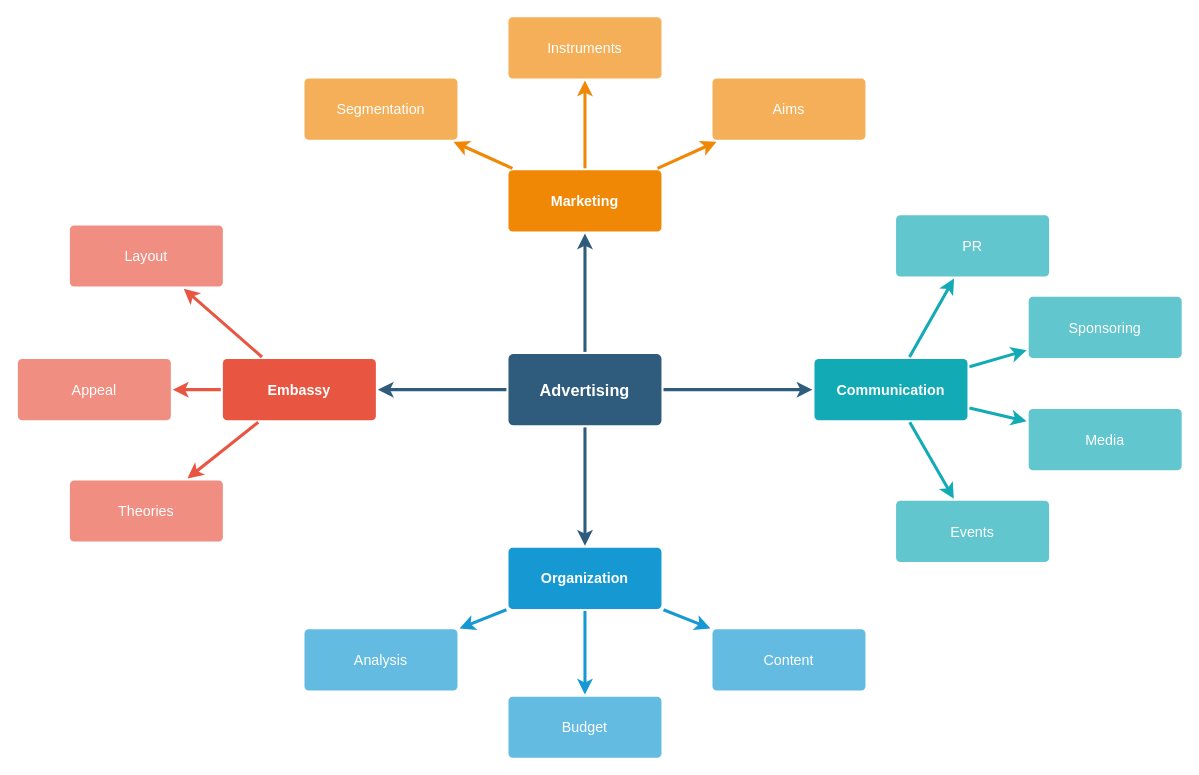
Bluon-Kyle/diagrams-drawings keeps this draw.io diagram as startingFolder-Other/Untitled Diagram.drawio. Above is the earlier version. Source tidied: cells renumbered, new cells numbered last; positions are measured from the earlier drawing's top-left corner, leaving out a move shared by most shapes. Both pictures are drawn from the tidied source at 102%, with x=0, y=0 at pixel (17, 16).
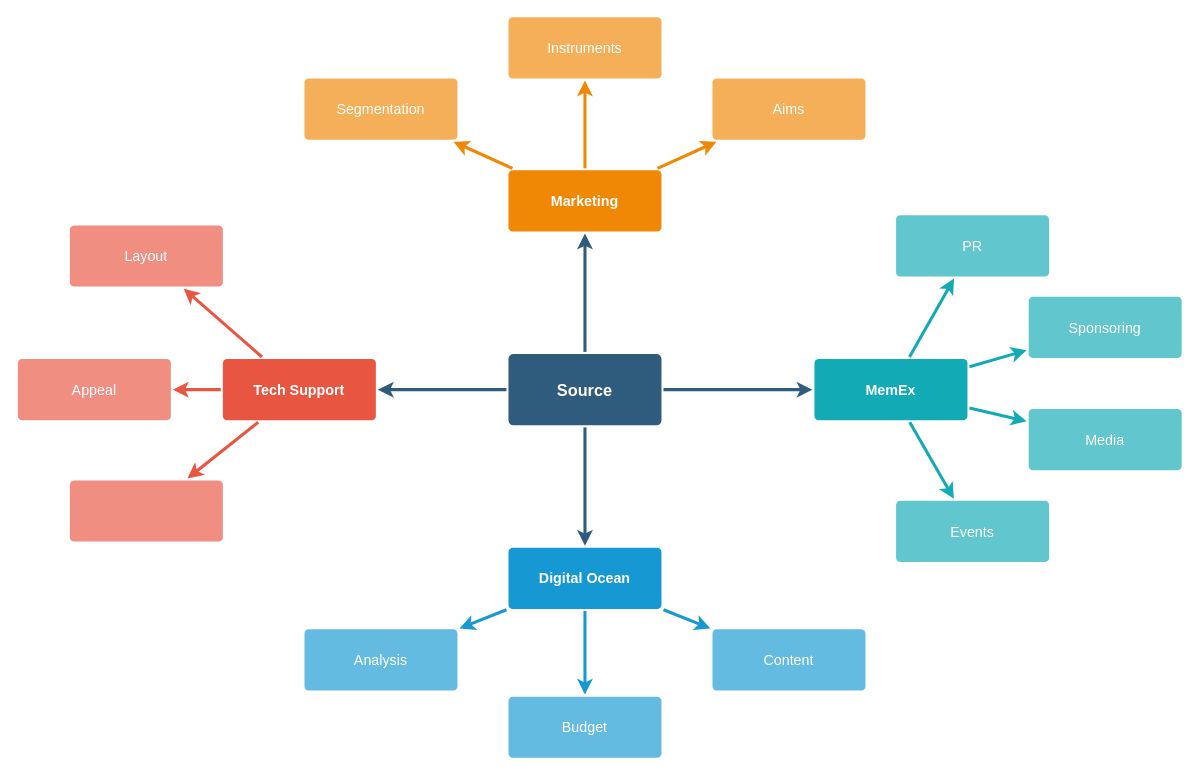
After the change.

Commit message:
map building

The edit, as a diff of the source:
```diff
@@
-    <mxCell id="6" value="Advertising" style="rounded=1;whiteSpace=wrap;html=1;shadow=0;labelBackgroundColor=none;strokeColor=none;strokeWidth=3;fillColor=#2F5B7C;fontFamily=Helvetica;fontSize=16;fontColor=#FFFFFF;align=center;fontStyle=1;spacing=5;arcSize=7;perimeterSpacing=2;" parent="1" vertex="1">
+    <mxCell id="6" value="Source" style="rounded=1;whiteSpace=wrap;html=1;shadow=0;labelBackgroundColor=none;strokeColor=none;strokeWidth=3;fillColor=#2F5B7C;fontFamily=Helvetica;fontSize=16;fontColor=#FFFFFF;align=center;fontStyle=1;spacing=5;arcSize=7;perimeterSpacing=2;" parent="1" vertex="1">
       <mxGeometry x="481" y="330.5" width="150" height="70" as="geometry" />
     </mxCell>
@@
-    <mxCell id="10" value="Embassy" style="rounded=1;whiteSpace=wrap;html=1;shadow=0;labelBackgroundColor=none;strokeColor=none;strokeWidth=3;fillColor=#e85642;fontFamily=Helvetica;fontSize=14;fontColor=#FFFFFF;align=center;spacing=5;fontStyle=1;arcSize=7;perimeterSpacing=2;" parent="1" vertex="1">
+    <mxCell id="10" value="Tech Support" style="rounded=1;whiteSpace=wrap;html=1;shadow=0;labelBackgroundColor=none;strokeColor=none;strokeWidth=3;fillColor=#e85642;fontFamily=Helvetica;fontSize=14;fontColor=#FFFFFF;align=center;spacing=5;fontStyle=1;arcSize=7;perimeterSpacing=2;" parent="1" vertex="1">
       <mxGeometry x="201" y="335.5" width="150" height="60" as="geometry" />
     </mxCell>
-    <mxCell id="11" value="Theories" style="rounded=1;whiteSpace=wrap;html=1;shadow=0;labelBackgroundColor=none;strokeColor=none;strokeWidth=3;fillColor=#f08e81;fontFamily=Helvetica;fontSize=14;fontColor=#FFFFFF;align=center;spacing=5;fontStyle=0;arcSize=7;perimeterSpacing=2;" parent="1" vertex="1">
+    <mxCell id="11" style="rounded=1;whiteSpace=wrap;html=1;shadow=0;labelBackgroundColor=none;strokeColor=none;strokeWidth=3;fillColor=#f08e81;fontFamily=Helvetica;fontSize=14;fontColor=#FFFFFF;align=center;spacing=5;fontStyle=0;arcSize=7;perimeterSpacing=2;" parent="1" vertex="1">
       <mxGeometry x="51" y="454.5" width="150" height="60" as="geometry" />
     </mxCell>
@@
-    <mxCell id="17" value="Organization" style="rounded=1;whiteSpace=wrap;html=1;shadow=0;labelBackgroundColor=none;strokeColor=none;strokeWidth=3;fillColor=#1699d3;fontFamily=Helvetica;fontSize=14;fontColor=#FFFFFF;align=center;spacing=5;fontStyle=1;arcSize=7;perimeterSpacing=2;" parent="1" vertex="1">
+    <mxCell id="17" value="Digital Ocean" style="rounded=1;whiteSpace=wrap;html=1;shadow=0;labelBackgroundColor=none;strokeColor=none;strokeWidth=3;fillColor=#1699d3;fontFamily=Helvetica;fontSize=14;fontColor=#FFFFFF;align=center;spacing=5;fontStyle=1;arcSize=7;perimeterSpacing=2;" parent="1" vertex="1">
       <mxGeometry x="481" y="520.5" width="150" height="60" as="geometry" />
     </mxCell>
@@
-    <mxCell id="28" value="Communication" style="rounded=1;whiteSpace=wrap;html=1;shadow=0;labelBackgroundColor=none;strokeColor=none;strokeWidth=3;fillColor=#12aab5;fontFamily=Helvetica;fontSize=14;fontColor=#FFFFFF;align=center;spacing=5;fontStyle=1;arcSize=7;perimeterSpacing=2;" parent="1" vertex="1">
+    <mxCell id="28" value="MemEx" style="rounded=1;whiteSpace=wrap;html=1;shadow=0;labelBackgroundColor=none;strokeColor=none;strokeWidth=3;fillColor=#12aab5;fontFamily=Helvetica;fontSize=14;fontColor=#FFFFFF;align=center;spacing=5;fontStyle=1;arcSize=7;perimeterSpacing=2;" parent="1" vertex="1">
       <mxGeometry x="781" y="335.5" width="150" height="60" as="geometry" />
     </mxCell>
```
